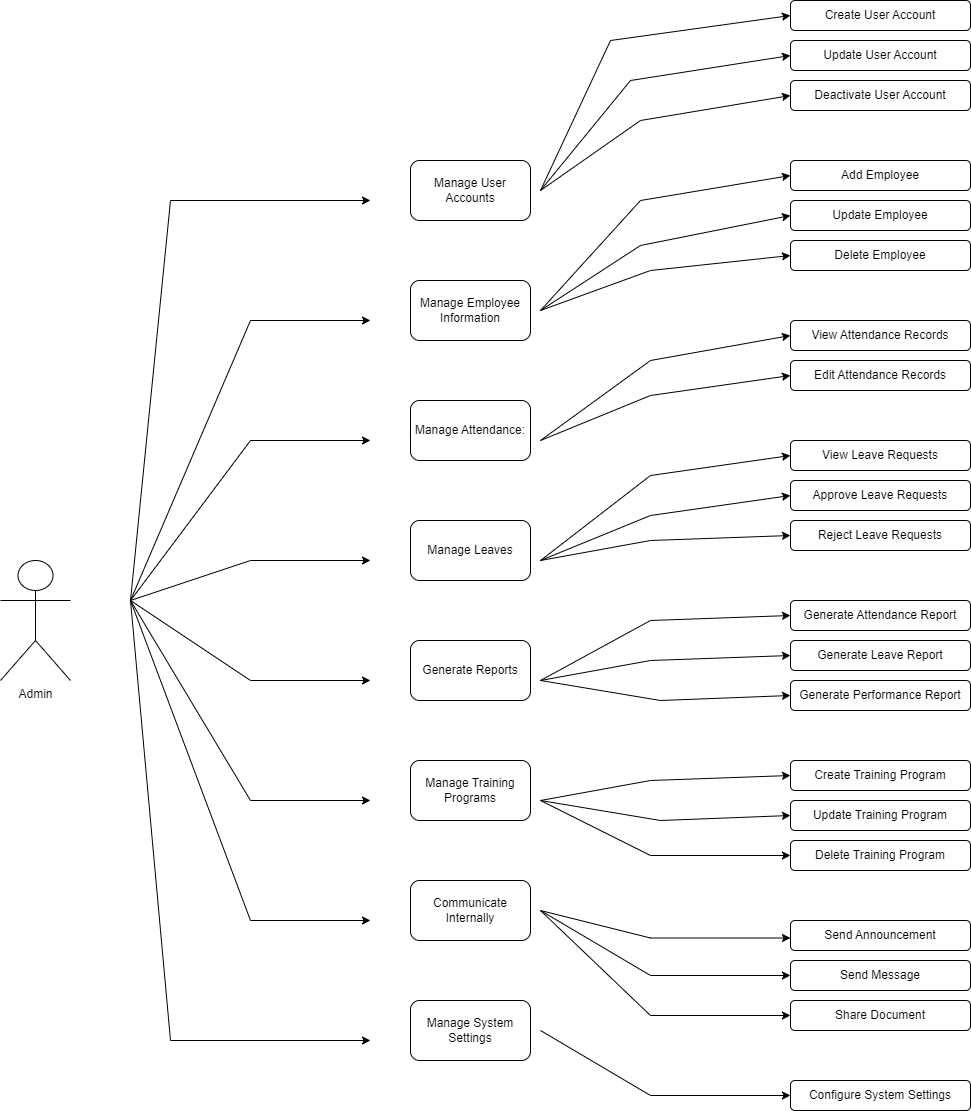
This is Admin Diagram.drawio.png from Arisa-Ndreu/test, a draw.io export, as it was before one commit. Source tidied: cells renumbered, new cells last; positions are measured from the earlier drawing's top-left corner, leaving out a move shared by most shapes.
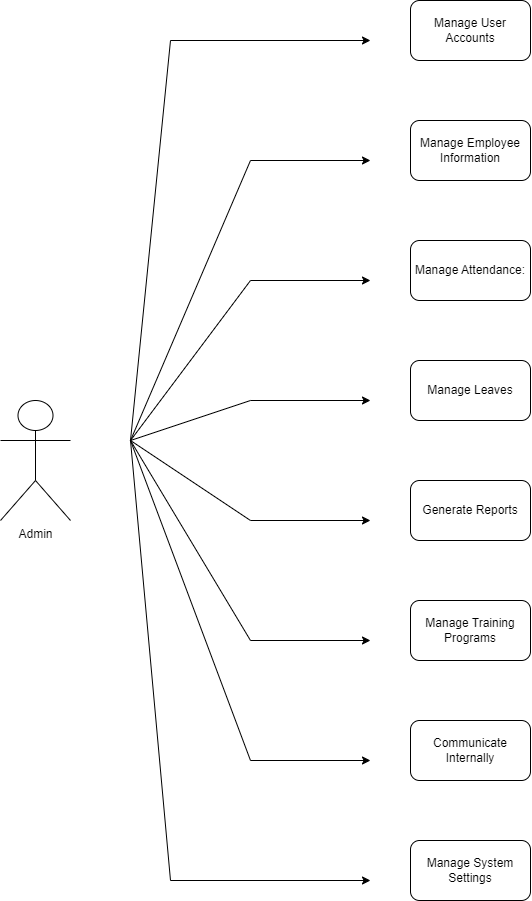
The same diagram one commit later.

The edit, as a diff of the source:
```diff
@@ -89,187 +89,6 @@
         </Array>
       </mxGeometry>
     </mxCell>
-    <mxCell id="17" value="Update User Account" style="rounded=1;whiteSpace=wrap;html=1;" parent="1" vertex="1">
-      <mxGeometry x="790" y="40" width="180" height="30" as="geometry" />
-    </mxCell>
-    <mxCell id="18" value="Update Employee" style="rounded=1;whiteSpace=wrap;html=1;" parent="1" vertex="1">
-      <mxGeometry x="790" y="200" width="180" height="30" as="geometry" />
-    </mxCell>
-    <mxCell id="19" value="Delete Employee" style="rounded=1;whiteSpace=wrap;html=1;" parent="1" vertex="1">
-      <mxGeometry x="790" y="240" width="180" height="30" as="geometry" />
-    </mxCell>
-    <mxCell id="20" value="Create Training Program" style="rounded=1;whiteSpace=wrap;html=1;" parent="1" vertex="1">
-      <mxGeometry x="790" y="760" width="180" height="30" as="geometry" />
-    </mxCell>
-    <mxCell id="21" value="Add Employee" style="rounded=1;whiteSpace=wrap;html=1;" parent="1" vertex="1">
-      <mxGeometry x="790" y="160" width="180" height="30" as="geometry" />
-    </mxCell>
-    <mxCell id="22" value="View Leave Requests" style="rounded=1;whiteSpace=wrap;html=1;" parent="1" vertex="1">
-      <mxGeometry x="790" y="440" width="180" height="30" as="geometry" />
-    </mxCell>
-    <mxCell id="23" value="Deactivate User Account" style="rounded=1;whiteSpace=wrap;html=1;" parent="1" vertex="1">
-      <mxGeometry x="790" y="80" width="180" height="30" as="geometry" />
-    </mxCell>
-    <mxCell id="24" value="View Attendance Records" style="rounded=1;whiteSpace=wrap;html=1;" parent="1" vertex="1">
-      <mxGeometry x="790" y="320" width="180" height="30" as="geometry" />
-    </mxCell>
-    <mxCell id="25" value="Edit Attendance Records" style="rounded=1;whiteSpace=wrap;html=1;" parent="1" vertex="1">
-      <mxGeometry x="790" y="360" width="180" height="30" as="geometry" />
-    </mxCell>
-    <mxCell id="26" value="Approve Leave Requests" style="rounded=1;whiteSpace=wrap;html=1;" parent="1" vertex="1">
-      <mxGeometry x="790" y="480" width="180" height="30" as="geometry" />
-    </mxCell>
-    <mxCell id="27" value="Reject Leave Requests" style="rounded=1;whiteSpace=wrap;html=1;" parent="1" vertex="1">
-      <mxGeometry x="790" y="520" width="180" height="30" as="geometry" />
-    </mxCell>
-    <mxCell id="28" value="Generate Attendance Report" style="rounded=1;whiteSpace=wrap;html=1;" parent="1" vertex="1">
-      <mxGeometry x="790" y="600" width="180" height="30" as="geometry" />
-    </mxCell>
-    <mxCell id="29" value="Generate Leave Report" style="rounded=1;whiteSpace=wrap;html=1;" parent="1" vertex="1">
-      <mxGeometry x="790" y="640" width="180" height="30" as="geometry" />
-    </mxCell>
-    <mxCell id="30" value="Generate Performance Report" style="rounded=1;whiteSpace=wrap;html=1;" parent="1" vertex="1">
-      <mxGeometry x="790" y="680" width="180" height="30" as="geometry" />
-    </mxCell>
-    <mxCell id="31" value="Update Training Program" style="rounded=1;whiteSpace=wrap;html=1;" parent="1" vertex="1">
-      <mxGeometry x="790" y="800" width="180" height="30" as="geometry" />
-    </mxCell>
-    <mxCell id="32" value="Delete Training Program" style="rounded=1;whiteSpace=wrap;html=1;" parent="1" vertex="1">
-      <mxGeometry x="790" y="840" width="180" height="30" as="geometry" />
-    </mxCell>
-    <mxCell id="33" value="Send Announcement" style="rounded=1;whiteSpace=wrap;html=1;" parent="1" vertex="1">
-      <mxGeometry x="790" y="920" width="180" height="30" as="geometry" />
-    </mxCell>
-    <mxCell id="34" value="Send Message" style="rounded=1;whiteSpace=wrap;html=1;" parent="1" vertex="1">
-      <mxGeometry x="790" y="960" width="180" height="30" as="geometry" />
-    </mxCell>
-    <mxCell id="35" value="Share Document" style="rounded=1;whiteSpace=wrap;html=1;" parent="1" vertex="1">
-      <mxGeometry x="790" y="1000" width="180" height="30" as="geometry" />
-    </mxCell>
-    <mxCell id="36" value="Create User Account" style="rounded=1;whiteSpace=wrap;html=1;" parent="1" vertex="1">
-      <mxGeometry x="790" width="180" height="30" as="geometry" />
-    </mxCell>
-    <mxCell id="37" value="Configure System Settings" style="rounded=1;whiteSpace=wrap;html=1;" parent="1" vertex="1">
-      <mxGeometry x="790" y="1080" width="180" height="30" as="geometry" />
-    </mxCell>
-    <mxCell id="38" style="endArrow=classic;html=1;rounded=0;entryX=0;entryY=0.5;entryDx=0;entryDy=0;" parent="1" edge="1" target="36">
-      <mxGeometry relative="1" as="geometry">
-        <mxPoint x="540" y="190" as="sourcePoint" />
-        <Array as="points">
-          <mxPoint x="610" y="40" />
-        </Array>
-      </mxGeometry>
-    </mxCell>
-    <mxCell id="39" style="endArrow=classic;html=1;rounded=0;entryX=0;entryY=0.5;entryDx=0;entryDy=0;" parent="1" edge="1" target="17">
-      <mxGeometry relative="1" as="geometry">
-        <mxPoint x="540" y="190" as="sourcePoint" />
-        <Array as="points">
-          <mxPoint x="630" y="80" />
-        </Array>
-      </mxGeometry>
-    </mxCell>
-    <mxCell id="40" style="endArrow=classic;html=1;rounded=0;entryX=0;entryY=0.5;entryDx=0;entryDy=0;" parent="1" edge="1" target="23">
-      <mxGeometry relative="1" as="geometry">
-        <mxPoint x="540" y="190" as="sourcePoint" />
-        <Array as="points">
-          <mxPoint x="640" y="120" />
-        </Array>
-      </mxGeometry>
-    </mxCell>
-    <mxCell id="41" style="endArrow=classic;html=1;rounded=0;entryX=0;entryY=0.5;entryDx=0;entryDy=0;" parent="1" edge="1" target="18">
-      <mxGeometry relative="1" as="geometry">
-        <mxPoint x="540" y="310" as="sourcePoint" />
-        <Array as="points">
-          <mxPoint x="640" y="245" />
-        </Array>
-      </mxGeometry>
-    </mxCell>
-    <mxCell id="42" style="endArrow=classic;html=1;rounded=0;entryX=0;entryY=0.5;entryDx=0;entryDy=0;" parent="1" edge="1">
-      <mxGeometry relative="1" as="geometry">
-        <mxPoint x="540" y="310" as="sourcePoint" />
-        <mxPoint x="790" y="175" as="targetPoint" />
-        <Array as="points">
-          <mxPoint x="640" y="200" />
-        </Array>
-      </mxGeometry>
-    </mxCell>
-    <mxCell id="43" style="endArrow=classic;html=1;rounded=0;entryX=0;entryY=0.5;entryDx=0;entryDy=0;" parent="1" edge="1" target="19">
-      <mxGeometry relative="1" as="geometry">
-        <mxPoint x="540" y="310" as="sourcePoint" />
-        <Array as="points">
-          <mxPoint x="650" y="270" />
-        </Array>
-      </mxGeometry>
-    </mxCell>
-    <mxCell id="44" style="endArrow=classic;html=1;rounded=0;entryX=0;entryY=0.5;entryDx=0;entryDy=0;" parent="1" edge="1" target="25">
-      <mxGeometry relative="1" as="geometry">
-        <mxPoint x="540" y="440" as="sourcePoint" />
-        <Array as="points">
-          <mxPoint x="650" y="395" />
-        </Array>
-      </mxGeometry>
-    </mxCell>
-    <mxCell id="45" style="endArrow=classic;html=1;rounded=0;entryX=0;entryY=0.5;entryDx=0;entryDy=0;" parent="1" edge="1" target="24">
-      <mxGeometry relative="1" as="geometry">
-        <mxPoint x="540" y="440" as="sourcePoint" />
-        <Array as="points">
-          <mxPoint x="650" y="360" />
-        </Array>
-      </mxGeometry>
-    </mxCell>
-    <mxCell id="46" style="endArrow=classic;html=1;rounded=0;entryX=0;entryY=0.5;entryDx=0;entryDy=0;" parent="1" edge="1">
-      <mxGeometry relative="1" as="geometry">
-        <mxPoint x="540" y="560" as="sourcePoint" />
-        <mxPoint x="790" y="495" as="targetPoint" />
-        <Array as="points">
-          <mxPoint x="650" y="515" />
-        </Array>
-      </mxGeometry>
-    </mxCell>
-    <mxCell id="47" style="endArrow=classic;html=1;rounded=0;entryX=0;entryY=0.5;entryDx=0;entryDy=0;" parent="1" edge="1">
-      <mxGeometry relative="1" as="geometry">
-        <mxPoint x="540" y="560" as="sourcePoint" />
-        <mxPoint x="790" y="535" as="targetPoint" />
-        <Array as="points">
-          <mxPoint x="650" y="540" />
-        </Array>
-      </mxGeometry>
-    </mxCell>
-    <mxCell id="48" style="endArrow=classic;html=1;rounded=0;entryX=0;entryY=0.5;entryDx=0;entryDy=0;" parent="1" edge="1">
-      <mxGeometry relative="1" as="geometry">
-        <mxPoint x="540" y="560" as="sourcePoint" />
-        <mxPoint x="790" y="455" as="targetPoint" />
-        <Array as="points">
-          <mxPoint x="650" y="475" />
-        </Array>
-      </mxGeometry>
-    </mxCell>
-    <mxCell id="49" style="endArrow=classic;html=1;rounded=0;entryX=0;entryY=0.5;entryDx=0;entryDy=0;" parent="1" edge="1">
-      <mxGeometry relative="1" as="geometry">
-        <mxPoint x="540" y="680" as="sourcePoint" />
-        <mxPoint x="790" y="655" as="targetPoint" />
-        <Array as="points">
-          <mxPoint x="650" y="660" />
-        </Array>
-      </mxGeometry>
-    </mxCell>
-    <mxCell id="50" style="endArrow=classic;html=1;rounded=0;entryX=0;entryY=0.5;entryDx=0;entryDy=0;" parent="1" edge="1">
-      <mxGeometry relative="1" as="geometry">
-        <mxPoint x="540" y="680" as="sourcePoint" />
-        <mxPoint x="790" y="615" as="targetPoint" />
-        <Array as="points">
-          <mxPoint x="650" y="620" />
-        </Array>
-      </mxGeometry>
-    </mxCell>
-    <mxCell id="51" style="endArrow=classic;html=1;rounded=0;entryX=0;entryY=0.5;entryDx=0;entryDy=0;" parent="1" edge="1" target="30">
-      <mxGeometry relative="1" as="geometry">
-        <mxPoint x="540" y="680" as="sourcePoint" />
-        <Array as="points">
-          <mxPoint x="660" y="700" />
-        </Array>
-      </mxGeometry>
-    </mxCell>
     <mxCell id="52" value="Manage Attendance:" style="rounded=1;whiteSpace=wrap;html=1;" parent="1" vertex="1">
       <mxGeometry x="410" y="400" width="120" height="60" as="geometry" />
     </mxCell>
@@ -282,67 +101,5 @@
         </Array>
       </mxGeometry>
     </mxCell>
-    <mxCell id="54" style="endArrow=classic;html=1;rounded=0;entryX=0;entryY=0.5;entryDx=0;entryDy=0;" parent="1" edge="1">
-      <mxGeometry relative="1" as="geometry">
-        <mxPoint x="540" y="800" as="sourcePoint" />
-        <mxPoint x="790" y="775" as="targetPoint" />
-        <Array as="points">
-          <mxPoint x="650" y="780" />
-        </Array>
-      </mxGeometry>
-    </mxCell>
-    <mxCell id="55" style="endArrow=classic;html=1;rounded=0;entryX=0;entryY=0.5;entryDx=0;entryDy=0;" parent="1" edge="1">
-      <mxGeometry relative="1" as="geometry">
-        <mxPoint x="540" y="800" as="sourcePoint" />
-        <mxPoint x="790" y="815" as="targetPoint" />
-        <Array as="points">
-          <mxPoint x="660" y="820" />
-        </Array>
-      </mxGeometry>
-    </mxCell>
-    <mxCell id="56" style="endArrow=classic;html=1;rounded=0;entryX=0;entryY=0.5;entryDx=0;entryDy=0;" parent="1" edge="1" target="32">
-      <mxGeometry relative="1" as="geometry">
-        <mxPoint x="540" y="800" as="sourcePoint" />
-        <Array as="points">
-          <mxPoint x="650" y="855" />
-        </Array>
-      </mxGeometry>
-    </mxCell>
-    <mxCell id="57" style="endArrow=classic;html=1;rounded=0;entryX=0;entryY=0.5;entryDx=0;entryDy=0;" parent="1" edge="1">
-      <mxGeometry relative="1" as="geometry">
-        <mxPoint x="540" y="910" as="sourcePoint" />
-        <mxPoint x="790" y="937.5" as="targetPoint" />
-        <Array as="points">
-          <mxPoint x="650" y="937.5" />
-        </Array>
-      </mxGeometry>
-    </mxCell>
-    <mxCell id="58" style="endArrow=classic;html=1;rounded=0;entryX=0;entryY=0.5;entryDx=0;entryDy=0;" parent="1" edge="1">
-      <mxGeometry relative="1" as="geometry">
-        <mxPoint x="540" y="910" as="sourcePoint" />
-        <mxPoint x="790" y="975" as="targetPoint" />
-        <Array as="points">
-          <mxPoint x="650" y="975" />
-        </Array>
-      </mxGeometry>
-    </mxCell>
-    <mxCell id="59" style="endArrow=classic;html=1;rounded=0;entryX=0;entryY=0.5;entryDx=0;entryDy=0;" parent="1" edge="1">
-      <mxGeometry relative="1" as="geometry">
-        <mxPoint x="540" y="910" as="sourcePoint" />
-        <mxPoint x="790" y="1015" as="targetPoint" />
-        <Array as="points">
-          <mxPoint x="650" y="1015" />
-        </Array>
-      </mxGeometry>
-    </mxCell>
-    <mxCell id="60" style="endArrow=classic;html=1;rounded=0;entryX=0;entryY=0.5;entryDx=0;entryDy=0;" parent="1" edge="1">
-      <mxGeometry relative="1" as="geometry">
-        <mxPoint x="540" y="1030" as="sourcePoint" />
-        <mxPoint x="790" y="1095" as="targetPoint" />
-        <Array as="points">
-          <mxPoint x="650" y="1095" />
-        </Array>
-      </mxGeometry>
-    </mxCell>
   </root>
 </mxGraphModel>
```
